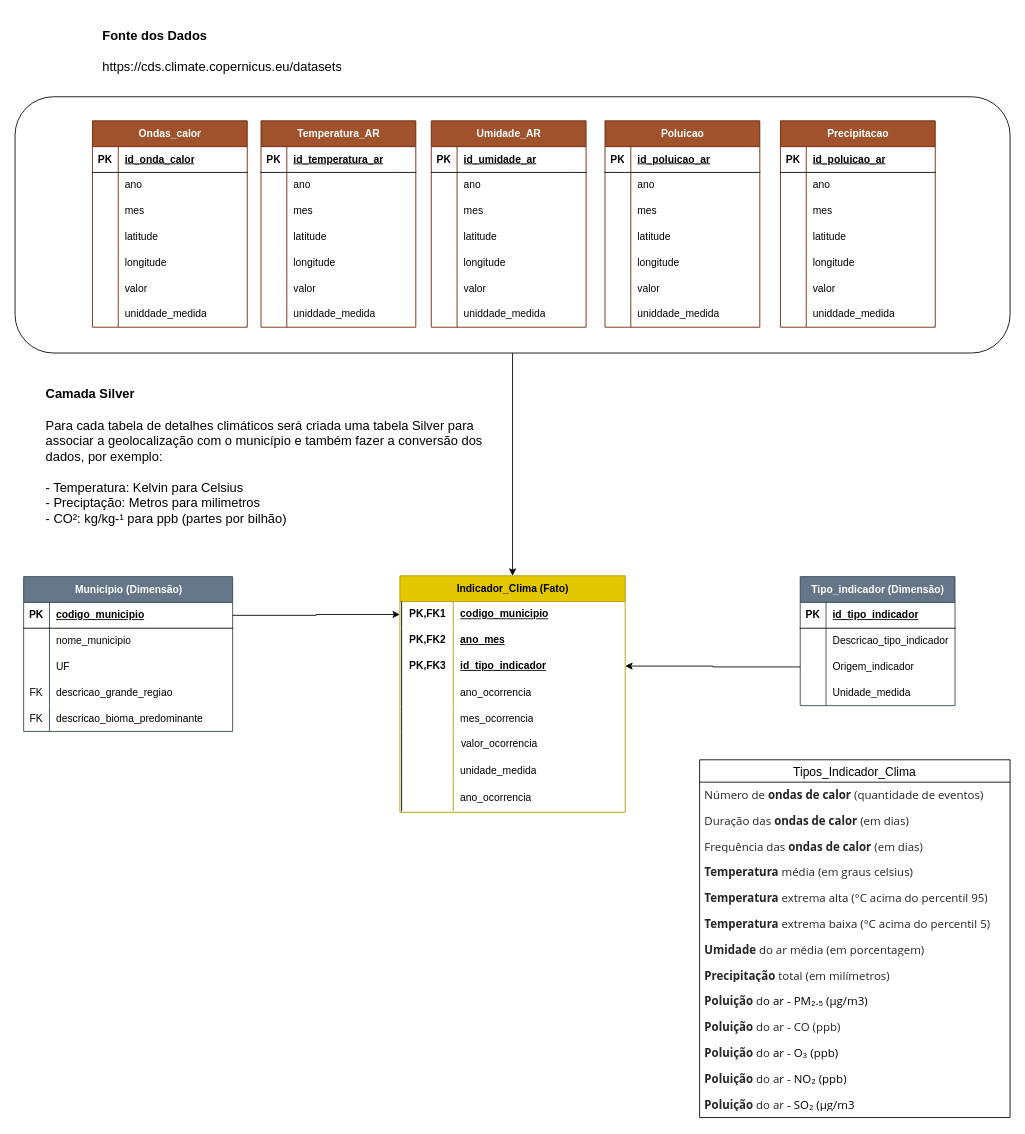
This is Ondas_Calor/MER_Clima.drawio from marcoconti/mais_einstein, a draw.io file, before an edit. Source tidied: cells renumbered, new cells numbered last; positions are measured from the earlier drawing's top-left corner, leaving out a move shared by most shapes. Both pictures are drawn from the tidied source at 86%, with x=0, y=0 at pixel (15, 15).
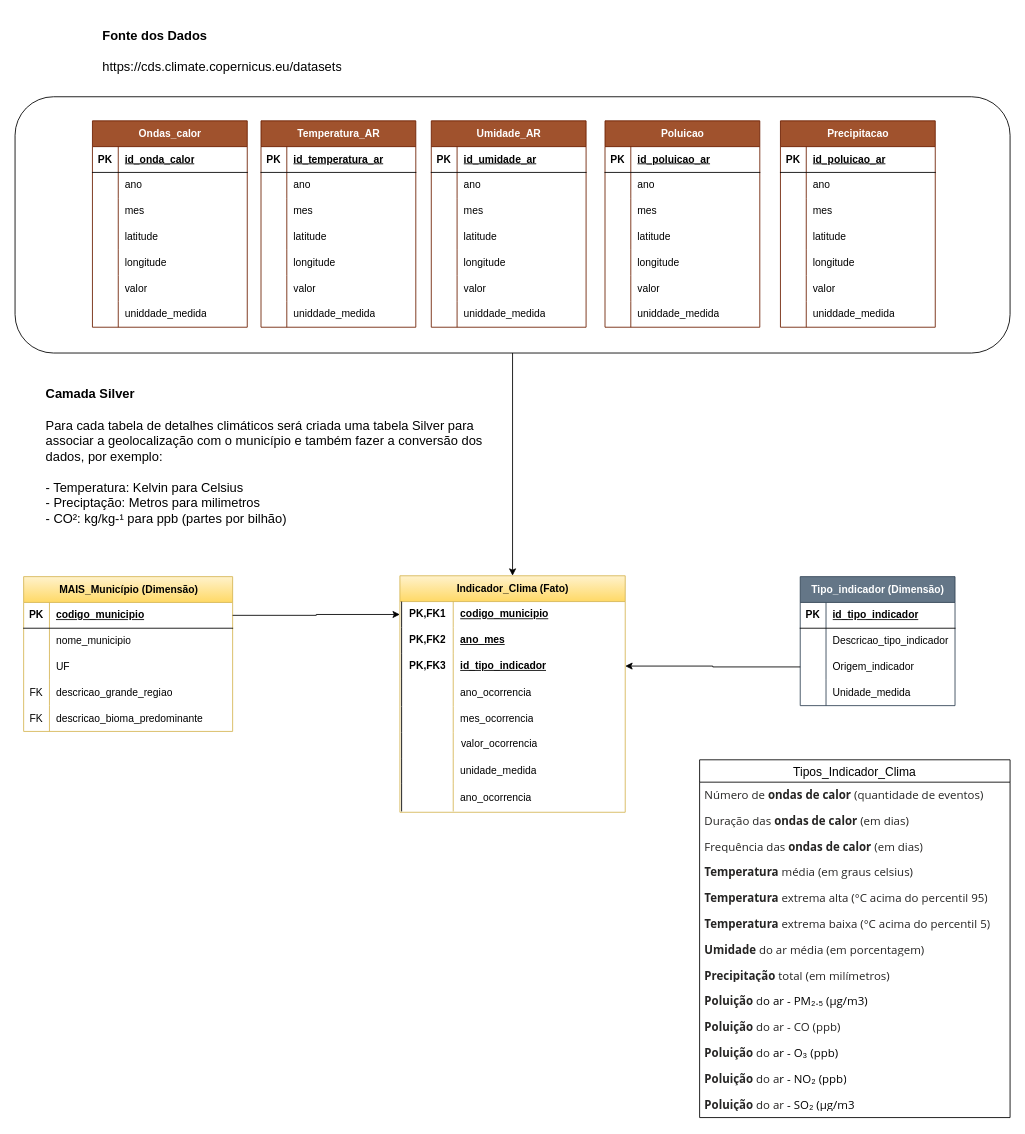
After the change.

What changed in the source:
```diff
@@
-    <mxCell id="2" value="Município (Dimensão)" style="shape=table;startSize=30;childLayout=tableLayout;rowLines=0;fontStyle=1;align=center;html=1;fillColor=#647687;fontColor=#ffffff;strokeColor=#314354;" parent="1" vertex="1">
+    <mxCell id="2" value="MAIS_Município (Dimensão)" style="shape=table;startSize=30;childLayout=tableLayout;rowLines=0;fontStyle=1;align=center;html=1;fillColor=#fff2cc;strokeColor=#d6b656;gradientColor=#ffd966;" parent="1" vertex="1">
       <mxGeometry x="10" y="653" width="243" height="180" as="geometry" />
     </mxCell>
@@
-    <mxCell id="46" value="Indicador_Clima (Fato)" style="shape=table;startSize=30;childLayout=tableLayout;rowLines=0;fontStyle=1;align=center;html=1;whiteSpace=wrap;fillColor=#e3c800;fontColor=#000000;strokeColor=#B09500;" parent="1" vertex="1">
+    <mxCell id="46" value="Indicador_Clima (Fato)" style="shape=table;startSize=30;childLayout=tableLayout;rowLines=0;fontStyle=1;align=center;html=1;whiteSpace=wrap;fillColor=#fff2cc;strokeColor=#d6b656;gradientColor=#ffd966;" parent="1" vertex="1">
       <mxGeometry x="447.5" y="652" width="262" height="275" as="geometry" />
     </mxCell>
```
